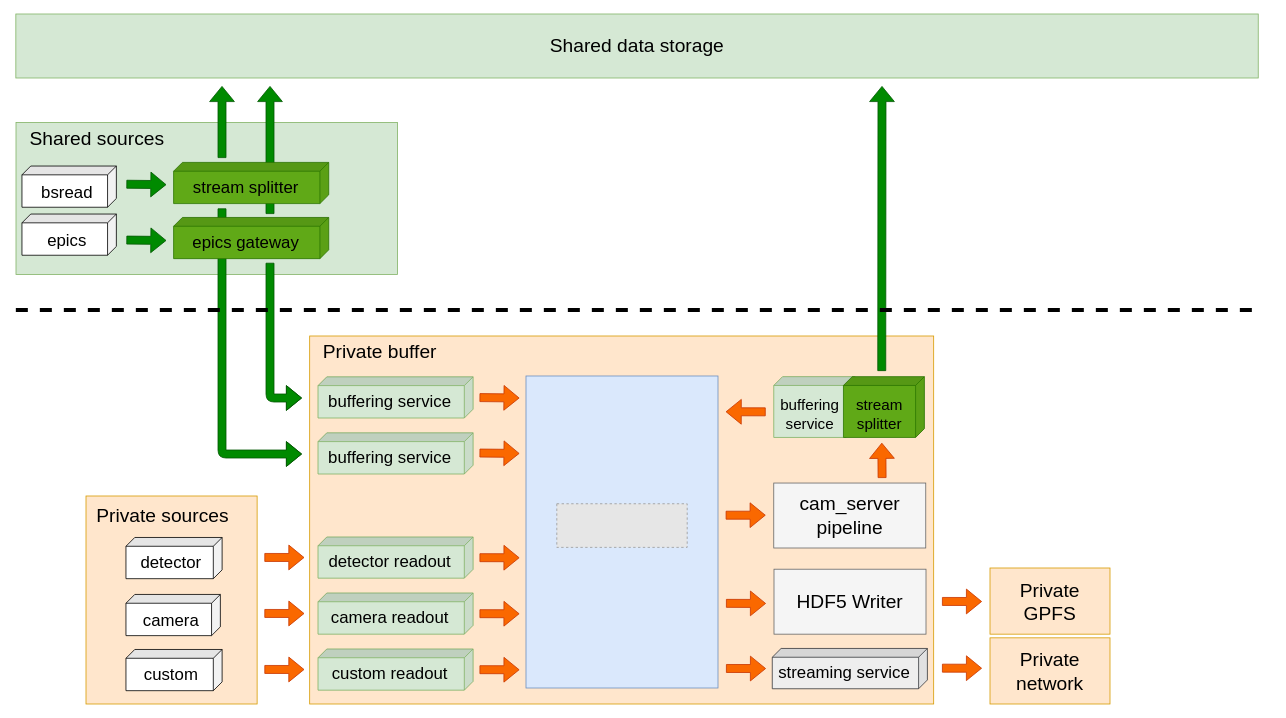
Earlier version of the draw.io diagram page "privatebuffer" (8 of 8) of docs/diagrams.drawio (paulscherrerinstitute/std_daq_service). Source tidied: cells renumbered, new cells numbered last; positions are measured from the earlier drawing's top-left corner, leaving out a move shared by most shapes. Both pictures are drawn from the tidied source at 80%, with x=0, y=0 at pixel (15, 14). Pictures stored in the file or linked from it are replaced by grey dashed boxes.
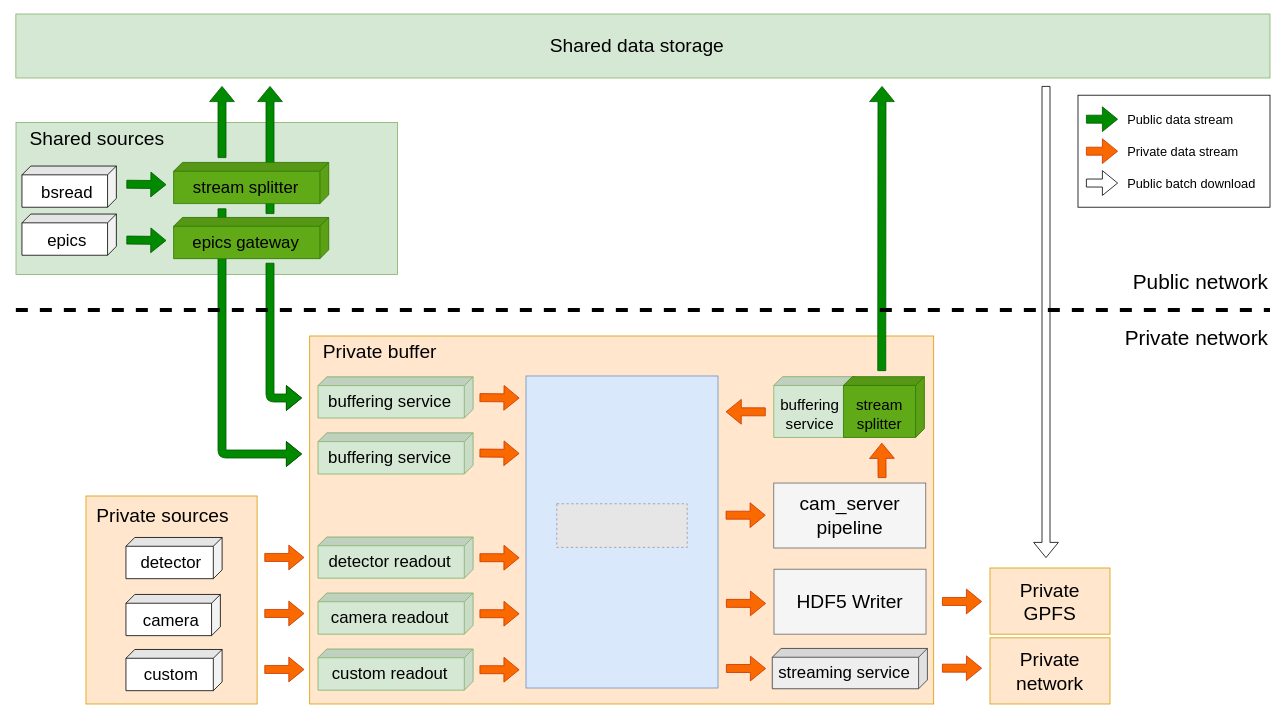
The same diagram, later.

Diff of the diagram source:
```diff
@@
     <mxCell id="19" style="group;fillColor=#d5e8d4;strokeColor=#82b366;" parent="1" vertex="1">
-      <mxGeometry x="0.3" width="1553" height="80" as="geometry" />
+      <mxGeometry x="0.3" width="1567.7" height="80" as="geometry" />
     </mxCell>
@@
     <mxCell id="88" style="endArrow=none;dashed=1;html=1;strokeWidth=5;rounded=0;fontSize=19;" parent="1" edge="1">
       <mxGeometry relative="1" as="geometry">
         <mxPoint x="0.3" y="370" as="sourcePoint" />
-        <mxPoint x="1550" y="370" as="targetPoint" />
+        <mxPoint x="1568" y="370" as="targetPoint" />
       </mxGeometry>
     </mxCell>
+    <mxCell id="89" style="shape=flexArrow;endArrow=classic;html=1;rounded=0;fontSize=19;" parent="1" edge="1">
+      <mxGeometry relative="1" as="geometry">
+        <mxPoint x="1288" y="90" as="sourcePoint" />
+        <mxPoint x="1288" y="680" as="targetPoint" />
+      </mxGeometry>
+    </mxCell>
+    <mxCell id="90" style="group;" parent="1" vertex="1">
+      <mxGeometry x="1328" y="101.5" width="240" height="140" as="geometry" />
+    </mxCell>
+    <mxCell id="91" style="rounded=0;whiteSpace=wrap;html=1;fontSize=16;strokeWidth=1;fillColor=none;" parent="90" vertex="1">
+      <mxGeometry width="240" height="140" as="geometry" />
+    </mxCell>
+    <mxCell id="92" style="shape=flexArrow;endArrow=classic;html=1;rounded=0;fontSize=14;fillColor=#008a00;strokeColor=#005700;" parent="90" edge="1">
+      <mxGeometry relative="1" as="geometry">
+        <mxPoint x="10" y="30" as="sourcePoint" />
+        <mxPoint x="50" y="30" as="targetPoint" />
+      </mxGeometry>
+    </mxCell>
+    <mxCell id="93" value="Public data stream" style="text;html=1;strokeColor=none;fillColor=none;align=left;verticalAlign=middle;whiteSpace=wrap;rounded=0;dashed=1;fontSize=16;" parent="90" vertex="1">
+      <mxGeometry x="60" y="10" width="170" height="40" as="geometry" />
+    </mxCell>
+    <mxCell id="94" style="shape=flexArrow;endArrow=classic;html=1;rounded=0;fontSize=14;fillColor=#fa6800;strokeColor=#C73500;" parent="90" edge="1">
+      <mxGeometry relative="1" as="geometry">
+        <mxPoint x="10" y="70" as="sourcePoint" />
+        <mxPoint x="50" y="70" as="targetPoint" />
+      </mxGeometry>
+    </mxCell>
+    <mxCell id="95" value="Private data stream" style="text;html=1;strokeColor=none;fillColor=none;align=left;verticalAlign=middle;whiteSpace=wrap;rounded=0;dashed=1;fontSize=16;" parent="90" vertex="1">
+      <mxGeometry x="60" y="50" width="170" height="40" as="geometry" />
+    </mxCell>
+    <mxCell id="96" style="shape=flexArrow;endArrow=classic;html=1;rounded=0;fontSize=14;" parent="90" edge="1">
+      <mxGeometry relative="1" as="geometry">
+        <mxPoint x="10" y="109.8" as="sourcePoint" />
+        <mxPoint x="50" y="109.8" as="targetPoint" />
+      </mxGeometry>
+    </mxCell>
+    <mxCell id="97" value="Public batch download" style="text;html=1;strokeColor=none;fillColor=none;align=left;verticalAlign=middle;whiteSpace=wrap;rounded=0;dashed=1;fontSize=16;" parent="90" vertex="1">
+      <mxGeometry x="60" y="90" width="170" height="40" as="geometry" />
+    </mxCell>
+    <mxCell id="98" value="Public network" style="text;html=1;strokeColor=none;fillColor=none;align=right;verticalAlign=middle;whiteSpace=wrap;rounded=0;fontSize=26;" parent="1" vertex="1">
+      <mxGeometry x="1378" y="320" width="190" height="30" as="geometry" />
+    </mxCell>
+    <mxCell id="99" value="Private network" style="text;html=1;strokeColor=none;fillColor=none;align=right;verticalAlign=middle;whiteSpace=wrap;rounded=0;fontSize=26;" parent="1" vertex="1">
+      <mxGeometry x="1378" y="390" width="190" height="30" as="geometry" />
+    </mxCell>
```
